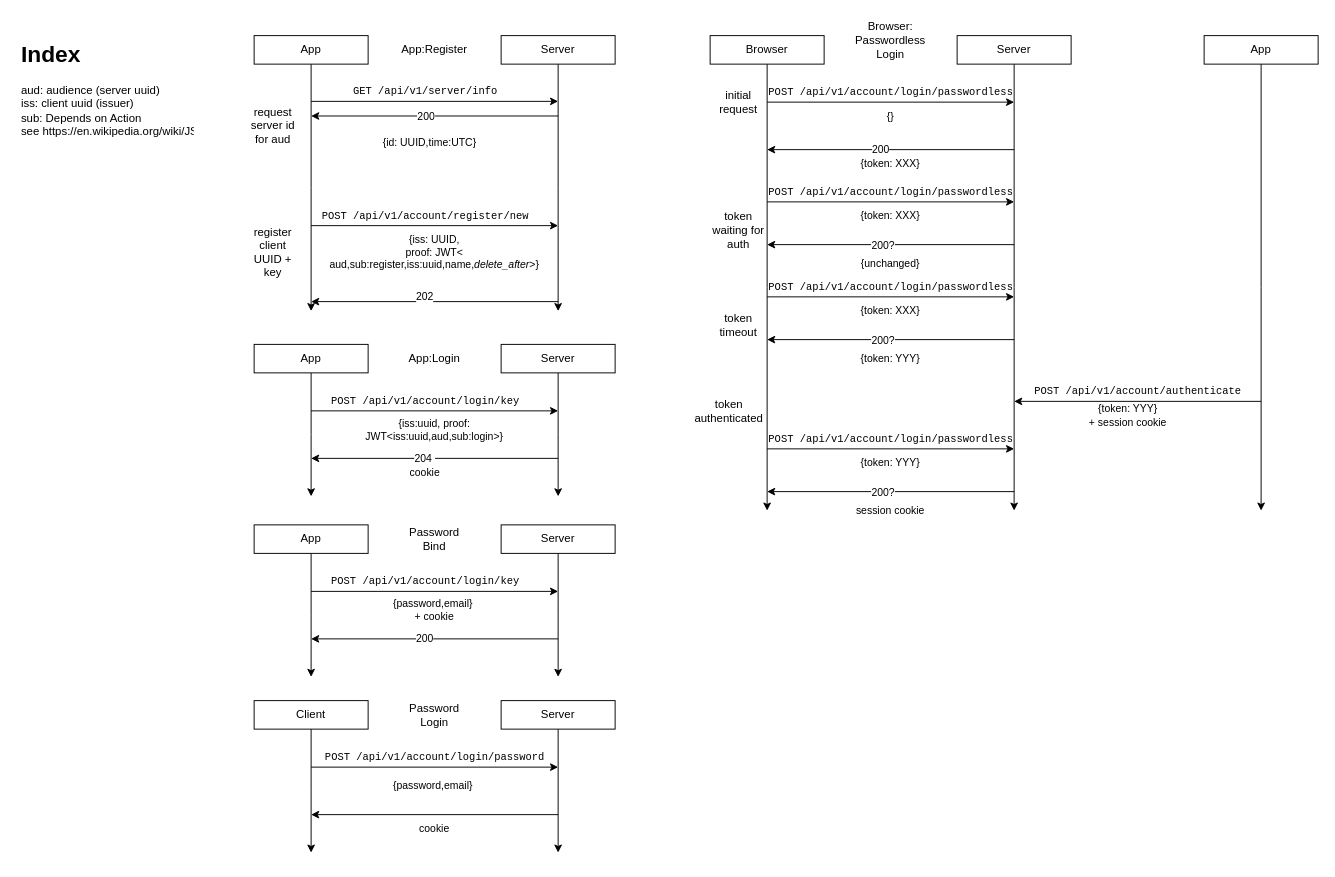
Earlier version of the draw.io diagram api_flow.drawio (0xpr03/vta_backend). Source tidied: cells renumbered, new cells numbered last; positions are measured from the earlier drawing's top-left corner, leaving out a move shared by most shapes. Both pictures are drawn from the tidied source at 95%, with x=0, y=0 at pixel (16, 16).
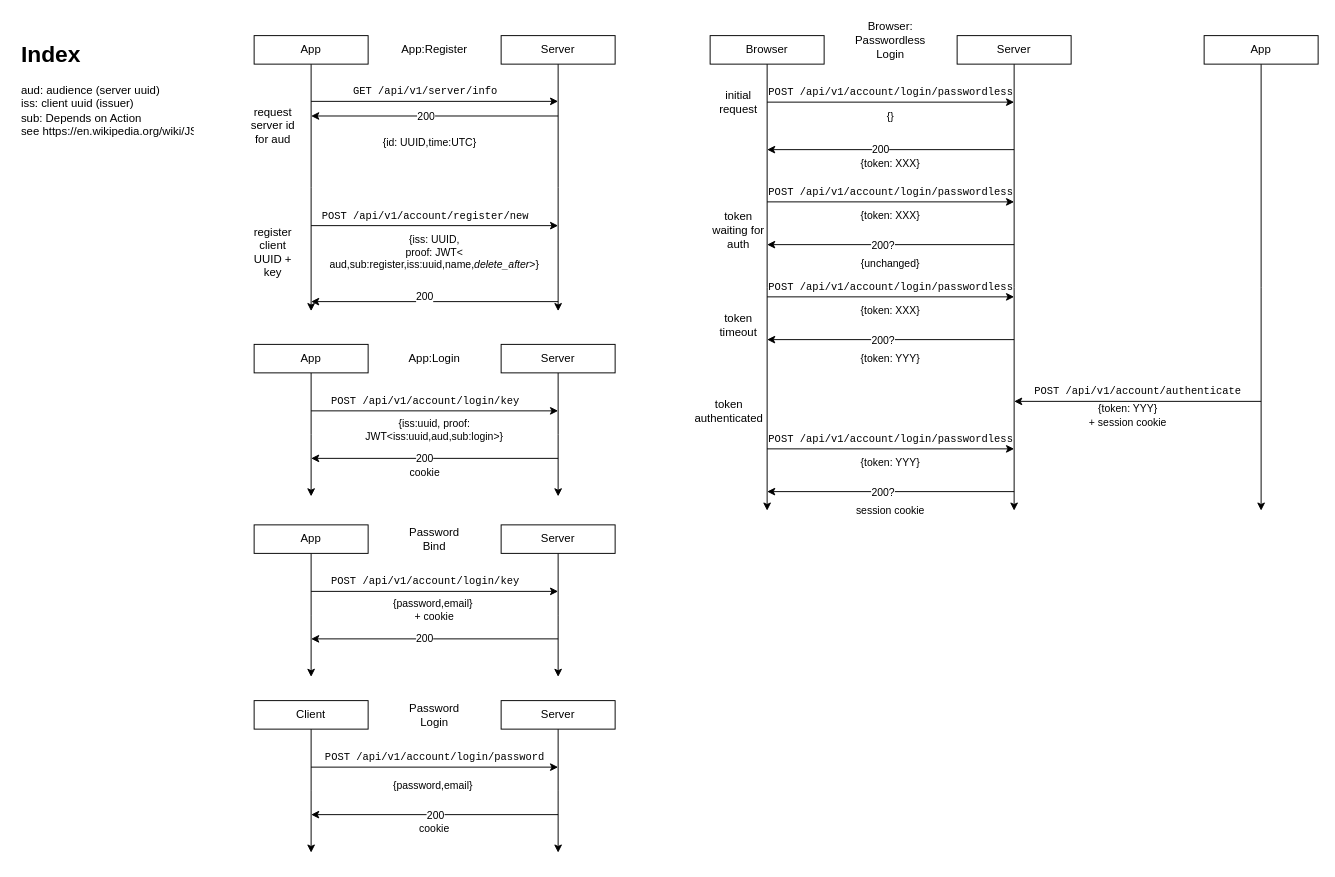
The same page after the edit.

The change refers to these unchanged cells:
```xml
<mxCell id="40" style="endArrow=classic;html=1;rounded=0;fontSize=11;fontColor=#000000;" parent="1" edge="1">
  <mxGeometry relative="1" as="geometry">
    <mxPoint x="570" y="840" as="sourcePoint" />
    <mxPoint x="310" y="840" as="targetPoint" />
  </mxGeometry>
</mxCell>
```

Diff of the diagram source:
```diff
@@
-    <mxCell id="18" value="&lt;span class=&quot;anchor&quot; id=&quot;204&quot;&gt;&lt;/span&gt;204&amp;nbsp;" style="text;html=1;strokeColor=none;fillColor=none;align=center;verticalAlign=middle;whiteSpace=wrap;rounded=0;labelBackgroundColor=#FFFFFF;fontSize=11;fontColor=#000000;" parent="1" vertex="1">
+    <mxCell id="18" value="&lt;span class=&quot;anchor&quot; id=&quot;204&quot;&gt;&lt;/span&gt;200" style="text;html=1;strokeColor=none;fillColor=none;align=center;verticalAlign=middle;whiteSpace=wrap;rounded=0;labelBackgroundColor=#FFFFFF;fontSize=11;fontColor=#000000;" parent="1" vertex="1">
       <mxGeometry x="400" y="450" width="60" height="30" as="geometry" />
     </mxCell>
-    <mxCell id="19" value="202" style="text;html=1;strokeColor=none;fillColor=none;align=center;verticalAlign=middle;whiteSpace=wrap;rounded=0;labelBackgroundColor=#FFFFFF;fontSize=11;fontColor=#000000;" parent="1" vertex="1">
+    <mxCell id="19" value="200" style="text;html=1;strokeColor=none;fillColor=none;align=center;verticalAlign=middle;whiteSpace=wrap;rounded=0;labelBackgroundColor=#FFFFFF;fontSize=11;fontColor=#000000;" parent="1" vertex="1">
       <mxGeometry x="400" y="280" width="60" height="30" as="geometry" />
     </mxCell>
@@
+    <mxCell id="89" value="200" style="edgeLabel;html=1;align=center;verticalAlign=middle;" parent="40" vertex="1">
+      <mxGeometry x="-0.83" y="1" relative="1" as="geometry">
+        <mxPoint x="-108" y="-1" as="offset" />
+      </mxGeometry>
+    </mxCell>
```
